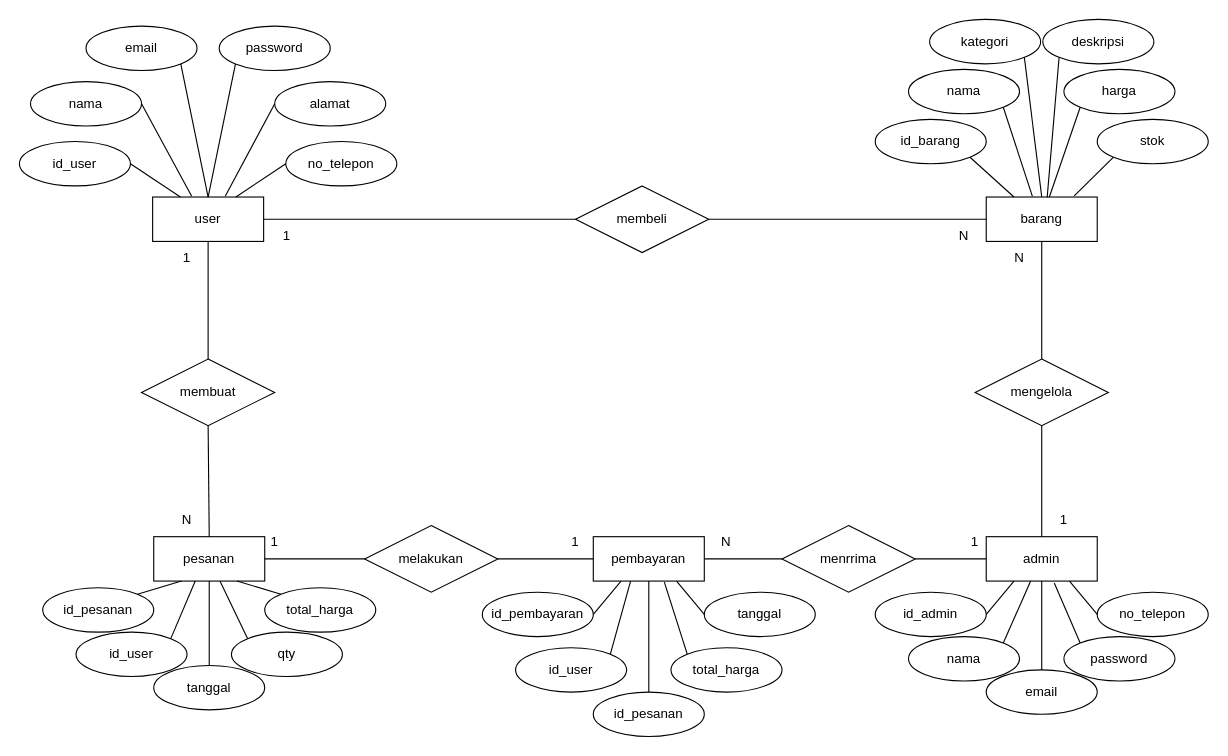
The draw.io diagram ERD-Ecommerce-Elektronik.drawio in zerocode0806/Flowchart-E-Comerce-Elektronik, before the edit. Source tidied: cells renumbered, new cells numbered last; positions are measured from the earlier drawing's top-left corner, leaving out a move shared by most shapes. Both pictures are drawn from the tidied source at 111%, with x=0, y=0 at pixel (19, 19).
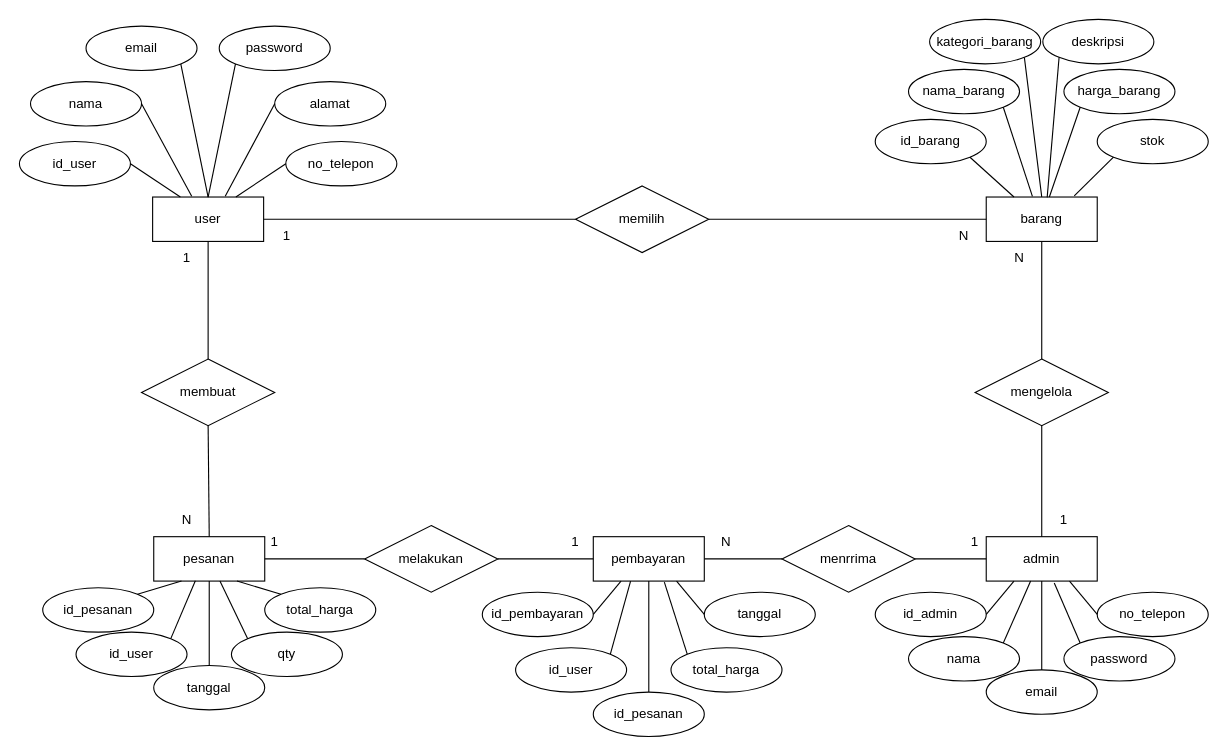
The same diagram, later.

What changed in the source:
```diff
@@
-    <mxCell id="32" value="membeli" style="shape=rhombus;perimeter=rhombusPerimeter;whiteSpace=wrap;html=1;align=center;" parent="1" vertex="1">
+    <mxCell id="32" value="memilih" style="shape=rhombus;perimeter=rhombusPerimeter;whiteSpace=wrap;html=1;align=center;" parent="1" vertex="1">
       <mxGeometry x="501" y="150" width="120" height="60" as="geometry" />
     </mxCell>
@@
-    <mxCell id="41" value="nama" style="ellipse;whiteSpace=wrap;html=1;align=center;" parent="1" vertex="1">
+    <mxCell id="41" value="nama_barang" style="ellipse;whiteSpace=wrap;html=1;align=center;" parent="1" vertex="1">
       <mxGeometry x="801" y="45" width="100" height="40" as="geometry" />
     </mxCell>
@@
-    <mxCell id="43" value="kategori" style="ellipse;whiteSpace=wrap;html=1;align=center;" parent="1" vertex="1">
+    <mxCell id="43" value="kategori_barang" style="ellipse;whiteSpace=wrap;html=1;align=center;" parent="1" vertex="1">
       <mxGeometry x="820" width="100" height="40" as="geometry" />
     </mxCell>
-    <mxCell id="44" value="harga" style="ellipse;whiteSpace=wrap;html=1;align=center;" parent="1" vertex="1">
+    <mxCell id="44" value="harga_barang" style="ellipse;whiteSpace=wrap;html=1;align=center;" parent="1" vertex="1">
       <mxGeometry x="941" y="45" width="100" height="40" as="geometry" />
     </mxCell>
```
